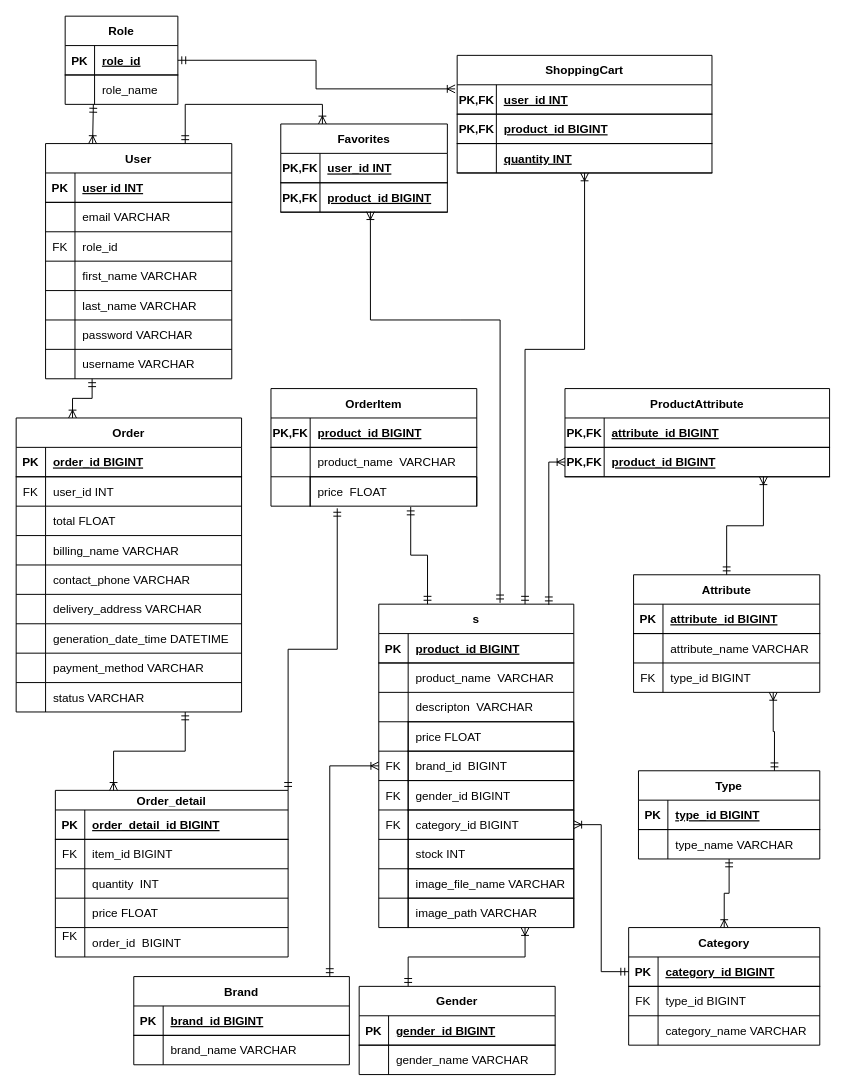
sergiusergiu1234/licenta keeps this draw.io diagram as Diagrame/erd-diagram+fields.drawio. Above is the earlier version. Source tidied: cells renumbered, new cells numbered last; positions are measured from the earlier drawing's top-left corner, leaving out a move shared by most shapes. Both pictures are drawn from the tidied source at 98%, with x=0, y=0 at pixel (16, 16).
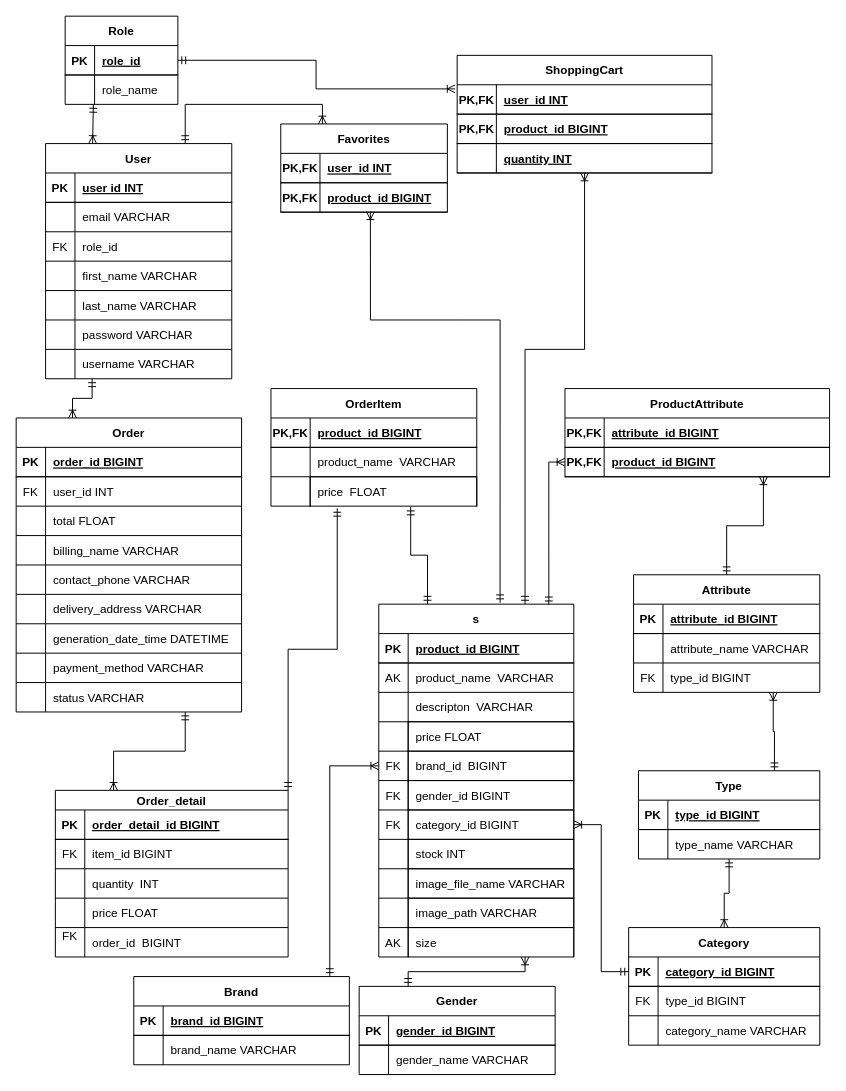
Above is the later version.

Unchanged cells that the change refers to:
```xml
<mxCell id="6" style="shape=tableRow;horizontal=0;startSize=0;swimlaneHead=0;swimlaneBody=0;fillColor=none;top=0;left=0;right=0;bottom=0;" parent="2" vertex="1">
  <mxGeometry y="60" width="199" height="30" as="geometry" />
</mxCell>
```

The edit, as a diff of the source:
```diff
@@
     <mxCell id="2" value="s" style="shape=table;startSize=30;childLayout=tableLayout;rowLines=1;fontStyle=1;align=center;strokeColor=#000000;" parent="1" vertex="1">
-      <mxGeometry x="370" y="600" width="199" height="330" as="geometry" />
+      <mxGeometry x="370" y="600" width="199" height="360" as="geometry" />
     </mxCell>
@@
-    <mxCell id="7" style="shape=partialRectangle;fillColor=none;top=0;left=0;bottom=0;right=0;overflow=hidden;" parent="6" vertex="1">
+    <mxCell id="7" value="AK" style="shape=partialRectangle;fillColor=none;top=0;left=0;bottom=0;right=0;overflow=hidden;" parent="6" vertex="1">
       <mxGeometry width="30" height="30" as="geometry" />
     </mxCell>
@@
+    <mxCell id="197" style="shape=tableRow;horizontal=0;startSize=0;swimlaneHead=0;swimlaneBody=0;fillColor=none;top=0;left=0;right=0;bottom=0;" parent="2" vertex="1">
+      <mxGeometry y="330" width="199" height="30" as="geometry" />
+    </mxCell>
+    <mxCell id="198" value="AK" style="shape=partialRectangle;fillColor=none;top=0;left=0;bottom=0;right=0;overflow=hidden;" parent="197" vertex="1">
+      <mxGeometry width="30" height="30" as="geometry" />
+    </mxCell>
+    <mxCell id="199" value="size" style="shape=partialRectangle;fillColor=none;top=1;left=1;bottom=0;right=1;align=left;spacingLeft=6;overflow=hidden;" parent="197" vertex="1">
+      <mxGeometry x="30" width="169" height="30" as="geometry" />
+    </mxCell>
```
